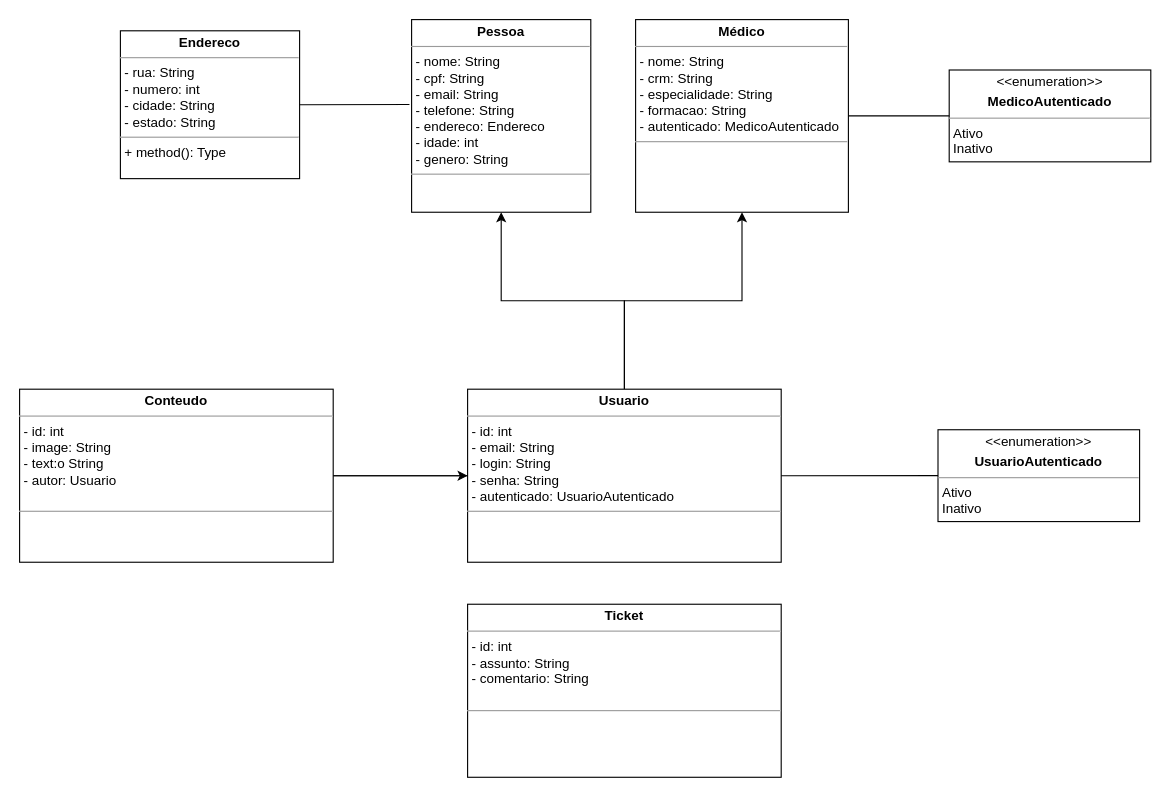
The draw.io diagram DDD/GSClassDiagram.drawio in Santlago/Global-Solution-LifeGuardian, before the edit. Source tidied: cells renumbered, new cells numbered last; positions are measured from the earlier drawing's top-left corner, leaving out a move shared by most shapes. Both pictures are drawn from the tidied source at 112%, with x=0, y=0 at pixel (19, 19).
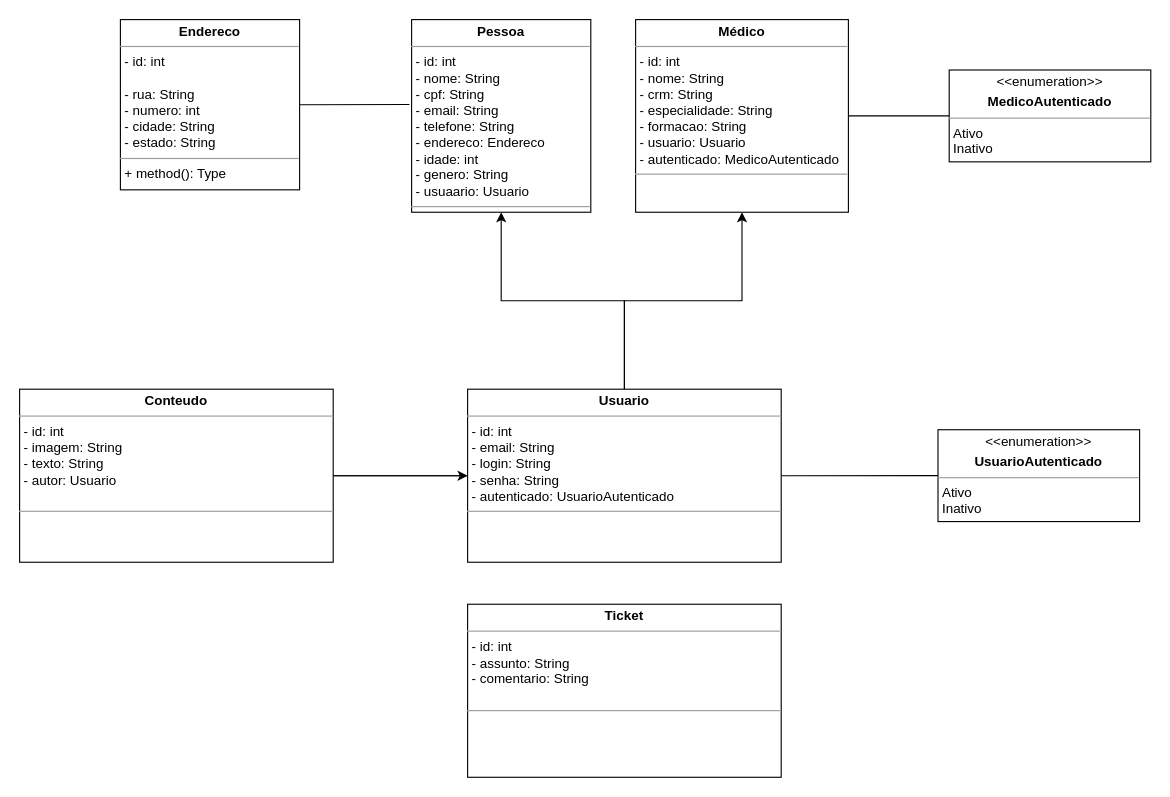
The same page after the edit.

Change to the diagram source:
```diff
@@
 <mxGraphModel>
   <root>
     <mxCell id="0" />
     <mxCell id="1" parent="0" />
     <mxCell id="2" style="edgeStyle=orthogonalEdgeStyle;rounded=0;jettySize=auto;html=1;entryX=0.5;entryY=1;entryDx=0;entryDy=0;" parent="1" edge="1" source="4" target="5">
       <mxGeometry relative="1" as="geometry" />
     </mxCell>
     <mxCell id="3" style="edgeStyle=orthogonalEdgeStyle;rounded=0;jettySize=auto;html=1;entryX=0.5;entryY=1;entryDx=0;entryDy=0;" parent="1" edge="1" source="4" target="8">
       <mxGeometry relative="1" as="geometry" />
     </mxCell>
     <mxCell id="4" value="&lt;p style=&quot;margin:0px;margin-top:4px;text-align:center;&quot;&gt;&lt;b&gt;Usuario&lt;/b&gt;&lt;/p&gt;&lt;hr size=&quot;1&quot;&gt;&lt;p style=&quot;margin:0px;margin-left:4px;&quot;&gt;&lt;span style=&quot;background-color: initial;&quot;&gt;- id: int&lt;/span&gt;&lt;br&gt;&lt;/p&gt;&lt;p style=&quot;margin:0px;margin-left:4px;&quot;&gt;&lt;span style=&quot;background-color: initial;&quot;&gt;- email: String&lt;/span&gt;&lt;/p&gt;&lt;p style=&quot;margin:0px;margin-left:4px;&quot;&gt;- login: String&lt;/p&gt;&lt;p style=&quot;margin:0px;margin-left:4px;&quot;&gt;- senha: String&lt;/p&gt;&lt;p style=&quot;margin:0px;margin-left:4px;&quot;&gt;- autenticado: UsuarioAutenticado&lt;/p&gt;&lt;hr size=&quot;1&quot;&gt;&lt;p style=&quot;margin:0px;margin-left:4px;&quot;&gt;&lt;br&gt;&lt;/p&gt;" style="verticalAlign=top;align=left;overflow=fill;fontSize=12;fontFamily=Helvetica;html=1;whiteSpace=wrap;" parent="1" vertex="1">
       <mxGeometry x="400" y="330" width="280" height="154.5" as="geometry" />
     </mxCell>
-    <mxCell id="5" value="&lt;p style=&quot;margin:0px;margin-top:4px;text-align:center;&quot;&gt;&lt;b&gt;Pessoa&lt;/b&gt;&lt;/p&gt;&lt;hr size=&quot;1&quot;&gt;&lt;p style=&quot;border-color: var(--border-color); margin: 0px 0px 0px 4px;&quot;&gt;- nome: String&lt;/p&gt;&lt;p style=&quot;border-color: var(--border-color); margin: 0px 0px 0px 4px;&quot;&gt;- cpf: String&lt;/p&gt;&lt;p style=&quot;border-color: var(--border-color); margin: 0px 0px 0px 4px;&quot;&gt;- email: String&lt;/p&gt;&lt;p style=&quot;border-color: var(--border-color); margin: 0px 0px 0px 4px;&quot;&gt;- telefone: String&lt;/p&gt;&lt;p style=&quot;border-color: var(--border-color); margin: 0px 0px 0px 4px;&quot;&gt;- endereco: Endereco&lt;/p&gt;&lt;p style=&quot;border-color: var(--border-color); margin: 0px 0px 0px 4px;&quot;&gt;- idade: int&lt;/p&gt;&lt;p style=&quot;border-color: var(--border-color); margin: 0px 0px 0px 4px;&quot;&gt;- genero: String&lt;/p&gt;&lt;hr size=&quot;1&quot;&gt;&lt;p style=&quot;margin:0px;margin-left:4px;&quot;&gt;&lt;br&gt;&lt;/p&gt;" style="verticalAlign=top;align=left;overflow=fill;fontSize=12;fontFamily=Helvetica;html=1;whiteSpace=wrap;" parent="1" vertex="1">
+    <mxCell id="5" value="&lt;p style=&quot;margin:0px;margin-top:4px;text-align:center;&quot;&gt;&lt;b&gt;Pessoa&lt;/b&gt;&lt;/p&gt;&lt;hr size=&quot;1&quot;&gt;&lt;p style=&quot;border-color: var(--border-color); margin: 0px 0px 0px 4px;&quot;&gt;- id: int&lt;/p&gt;&lt;p style=&quot;border-color: var(--border-color); margin: 0px 0px 0px 4px;&quot;&gt;- nome: String&lt;/p&gt;&lt;p style=&quot;border-color: var(--border-color); margin: 0px 0px 0px 4px;&quot;&gt;- cpf: String&lt;/p&gt;&lt;p style=&quot;border-color: var(--border-color); margin: 0px 0px 0px 4px;&quot;&gt;- email: String&lt;/p&gt;&lt;p style=&quot;border-color: var(--border-color); margin: 0px 0px 0px 4px;&quot;&gt;- telefone: String&lt;/p&gt;&lt;p style=&quot;border-color: var(--border-color); margin: 0px 0px 0px 4px;&quot;&gt;- endereco: Endereco&lt;/p&gt;&lt;p style=&quot;border-color: var(--border-color); margin: 0px 0px 0px 4px;&quot;&gt;- idade: int&lt;/p&gt;&lt;p style=&quot;border-color: var(--border-color); margin: 0px 0px 0px 4px;&quot;&gt;- genero: String&lt;/p&gt;&lt;p style=&quot;border-color: var(--border-color); margin: 0px 0px 0px 4px;&quot;&gt;- usuaario: Usuario&lt;/p&gt;&lt;hr size=&quot;1&quot;&gt;&lt;p style=&quot;margin:0px;margin-left:4px;&quot;&gt;&lt;br&gt;&lt;/p&gt;" style="verticalAlign=top;align=left;overflow=fill;fontSize=12;fontFamily=Helvetica;html=1;whiteSpace=wrap;" parent="1" vertex="1">
       <mxGeometry x="350" width="160" height="172" as="geometry" />
     </mxCell>
     <mxCell id="6" style="edgeStyle=orthogonalEdgeStyle;rounded=0;jettySize=auto;html=1;" parent="1" edge="1" source="7" target="4">
       <mxGeometry relative="1" as="geometry" />
     </mxCell>
-    <mxCell id="7" value="&lt;p style=&quot;margin:0px;margin-top:4px;text-align:center;&quot;&gt;&lt;b&gt;Conteudo&lt;/b&gt;&lt;/p&gt;&lt;hr size=&quot;1&quot;&gt;&lt;p style=&quot;margin:0px;margin-left:4px;&quot;&gt;- id: int&lt;/p&gt;&lt;p style=&quot;margin:0px;margin-left:4px;&quot;&gt;- image: String&lt;/p&gt;&lt;p style=&quot;margin:0px;margin-left:4px;&quot;&gt;- text:o String&lt;/p&gt;&lt;p style=&quot;margin:0px;margin-left:4px;&quot;&gt;- autor: Usuario&lt;/p&gt;&lt;p style=&quot;margin:0px;margin-left:4px;&quot;&gt;&lt;br&gt;&lt;/p&gt;&lt;hr size=&quot;1&quot;&gt;&lt;p style=&quot;margin:0px;margin-left:4px;&quot;&gt;&lt;br&gt;&lt;/p&gt;" style="verticalAlign=top;align=left;overflow=fill;fontSize=12;fontFamily=Helvetica;html=1;whiteSpace=wrap;" parent="1" vertex="1">
+    <mxCell id="7" value="&lt;p style=&quot;margin:0px;margin-top:4px;text-align:center;&quot;&gt;&lt;b&gt;Conteudo&lt;/b&gt;&lt;/p&gt;&lt;hr size=&quot;1&quot;&gt;&lt;p style=&quot;margin:0px;margin-left:4px;&quot;&gt;- id: int&lt;/p&gt;&lt;p style=&quot;margin:0px;margin-left:4px;&quot;&gt;- imagem: String&lt;/p&gt;&lt;p style=&quot;margin:0px;margin-left:4px;&quot;&gt;- texto: String&lt;/p&gt;&lt;p style=&quot;margin:0px;margin-left:4px;&quot;&gt;- autor: Usuario&lt;/p&gt;&lt;p style=&quot;margin:0px;margin-left:4px;&quot;&gt;&lt;br&gt;&lt;/p&gt;&lt;hr size=&quot;1&quot;&gt;&lt;p style=&quot;margin:0px;margin-left:4px;&quot;&gt;&lt;br&gt;&lt;/p&gt;" style="verticalAlign=top;align=left;overflow=fill;fontSize=12;fontFamily=Helvetica;html=1;whiteSpace=wrap;" parent="1" vertex="1">
       <mxGeometry y="330" width="280" height="154.5" as="geometry" />
     </mxCell>
-    <mxCell id="8" value="&lt;p style=&quot;margin:0px;margin-top:4px;text-align:center;&quot;&gt;&lt;b&gt;Médico&lt;/b&gt;&lt;/p&gt;&lt;hr size=&quot;1&quot;&gt;&lt;p style=&quot;border-color: var(--border-color); margin: 0px 0px 0px 4px;&quot;&gt;- nome: String&lt;/p&gt;&lt;p style=&quot;border-color: var(--border-color); margin: 0px 0px 0px 4px;&quot;&gt;- crm: String&lt;br&gt;&lt;/p&gt;&lt;p style=&quot;border-color: var(--border-color); margin: 0px 0px 0px 4px;&quot;&gt;- especialidade: String&lt;/p&gt;&lt;p style=&quot;border-color: var(--border-color); margin: 0px 0px 0px 4px;&quot;&gt;- formacao: String&lt;/p&gt;&lt;p style=&quot;border-color: var(--border-color); margin: 0px 0px 0px 4px;&quot;&gt;- autenticado: MedicoAutenticado&lt;/p&gt;&lt;hr size=&quot;1&quot;&gt;&lt;p style=&quot;margin:0px;margin-left:4px;&quot;&gt;&lt;br&gt;&lt;/p&gt;" style="verticalAlign=top;align=left;overflow=fill;fontSize=12;fontFamily=Helvetica;html=1;whiteSpace=wrap;" parent="1" vertex="1">
+    <mxCell id="8" value="&lt;p style=&quot;margin:0px;margin-top:4px;text-align:center;&quot;&gt;&lt;b&gt;Médico&lt;/b&gt;&lt;/p&gt;&lt;hr size=&quot;1&quot;&gt;&lt;p style=&quot;border-color: var(--border-color); margin: 0px 0px 0px 4px;&quot;&gt;- id: int&lt;/p&gt;&lt;p style=&quot;border-color: var(--border-color); margin: 0px 0px 0px 4px;&quot;&gt;- nome: String&lt;/p&gt;&lt;p style=&quot;border-color: var(--border-color); margin: 0px 0px 0px 4px;&quot;&gt;- crm: String&lt;br&gt;&lt;/p&gt;&lt;p style=&quot;border-color: var(--border-color); margin: 0px 0px 0px 4px;&quot;&gt;- especialidade: String&lt;/p&gt;&lt;p style=&quot;border-color: var(--border-color); margin: 0px 0px 0px 4px;&quot;&gt;- formacao: String&lt;/p&gt;&lt;p style=&quot;border-color: var(--border-color); margin: 0px 0px 0px 4px;&quot;&gt;- usuario: Usuario&lt;/p&gt;&lt;p style=&quot;border-color: var(--border-color); margin: 0px 0px 0px 4px;&quot;&gt;- autenticado: MedicoAutenticado&lt;/p&gt;&lt;hr size=&quot;1&quot;&gt;&lt;p style=&quot;margin:0px;margin-left:4px;&quot;&gt;&lt;br&gt;&lt;/p&gt;" style="verticalAlign=top;align=left;overflow=fill;fontSize=12;fontFamily=Helvetica;html=1;whiteSpace=wrap;" parent="1" vertex="1">
       <mxGeometry x="550" width="190" height="172" as="geometry" />
     </mxCell>
-    <mxCell id="9" value="&lt;p style=&quot;margin:0px;margin-top:4px;text-align:center;&quot;&gt;&lt;b&gt;Endereco&lt;/b&gt;&lt;/p&gt;&lt;hr size=&quot;1&quot;&gt;&lt;p style=&quot;margin:0px;margin-left:4px;&quot;&gt;- rua: String&lt;br&gt;&lt;/p&gt;&lt;p style=&quot;margin:0px;margin-left:4px;&quot;&gt;- numero: int&lt;/p&gt;&lt;p style=&quot;margin:0px;margin-left:4px;&quot;&gt;- cidade: String&lt;/p&gt;&lt;p style=&quot;margin:0px;margin-left:4px;&quot;&gt;- estado: String&lt;/p&gt;&lt;hr size=&quot;1&quot;&gt;&lt;p style=&quot;margin:0px;margin-left:4px;&quot;&gt;+ method(): Type&lt;/p&gt;" style="verticalAlign=top;align=left;overflow=fill;fontSize=12;fontFamily=Helvetica;html=1;whiteSpace=wrap;" parent="1" vertex="1">
-      <mxGeometry x="90" y="10" width="160" height="132" as="geometry" />
+    <mxCell id="9" value="&lt;p style=&quot;margin:0px;margin-top:4px;text-align:center;&quot;&gt;&lt;b&gt;Endereco&lt;/b&gt;&lt;/p&gt;&lt;hr size=&quot;1&quot;&gt;&lt;p style=&quot;border-color: var(--border-color); margin: 0px 0px 0px 4px;&quot;&gt;- id: int&lt;/p&gt;&lt;div&gt;&lt;br&gt;&lt;/div&gt;&lt;p style=&quot;margin:0px;margin-left:4px;&quot;&gt;- rua: String&lt;br&gt;&lt;/p&gt;&lt;p style=&quot;margin:0px;margin-left:4px;&quot;&gt;- numero: int&lt;/p&gt;&lt;p style=&quot;margin:0px;margin-left:4px;&quot;&gt;- cidade: String&lt;/p&gt;&lt;p style=&quot;margin:0px;margin-left:4px;&quot;&gt;- estado: String&lt;/p&gt;&lt;hr size=&quot;1&quot;&gt;&lt;p style=&quot;margin:0px;margin-left:4px;&quot;&gt;+ method(): Type&lt;/p&gt;" style="verticalAlign=top;align=left;overflow=fill;fontSize=12;fontFamily=Helvetica;html=1;whiteSpace=wrap;" parent="1" vertex="1">
+      <mxGeometry x="90" width="160" height="152" as="geometry" />
     </mxCell>
     <mxCell id="10" style="endArrow=none;html=1;rounded=0;entryX=1;entryY=0.5;entryDx=0;entryDy=0;exitX=-0.012;exitY=0.441;exitDx=0;exitDy=0;exitPerimeter=0;" parent="1" edge="1" source="5" target="9">
       <mxGeometry relative="1" as="geometry" />
     </mxCell>
     <mxCell id="11" value="&lt;p style=&quot;margin:0px;margin-top:4px;text-align:center;&quot;&gt;&amp;lt;&amp;lt;enumeration&amp;gt;&amp;gt;&lt;/p&gt;&lt;p style=&quot;margin:0px;margin-top:4px;text-align:center;&quot;&gt;&lt;b&gt;MedicoAutenticado&lt;/b&gt;&lt;/p&gt;&lt;hr size=&quot;1&quot;&gt;&lt;p style=&quot;margin:0px;margin-left:4px;&quot;&gt;Ativo&lt;/p&gt;&lt;p style=&quot;margin:0px;margin-left:4px;&quot;&gt;Inativo&lt;/p&gt;" style="verticalAlign=top;align=left;overflow=fill;fontSize=12;fontFamily=Helvetica;html=1;whiteSpace=wrap;" parent="1" vertex="1">
       <mxGeometry x="830" y="45" width="180" height="82" as="geometry" />
     </mxCell>
     <mxCell id="12" value="&lt;p style=&quot;margin:0px;margin-top:4px;text-align:center;&quot;&gt;&amp;lt;&amp;lt;enumeration&amp;gt;&amp;gt;&lt;/p&gt;&lt;p style=&quot;margin:0px;margin-top:4px;text-align:center;&quot;&gt;&lt;b&gt;UsuarioAutenticado&lt;/b&gt;&lt;/p&gt;&lt;hr size=&quot;1&quot;&gt;&lt;p style=&quot;margin:0px;margin-left:4px;&quot;&gt;Ativo&lt;/p&gt;&lt;p style=&quot;margin:0px;margin-left:4px;&quot;&gt;Inativo&lt;/p&gt;" style="verticalAlign=top;align=left;overflow=fill;fontSize=12;fontFamily=Helvetica;html=1;whiteSpace=wrap;" parent="1" vertex="1">
       <mxGeometry x="820" y="366.2" width="180" height="82" as="geometry" />
     </mxCell>
     <mxCell id="13" style="endArrow=none;html=1;rounded=0;entryX=1;entryY=0.5;entryDx=0;entryDy=0;exitX=0;exitY=0.5;exitDx=0;exitDy=0;" parent="1" edge="1" source="4" target="7">
       <mxGeometry relative="1" as="geometry" />
     </mxCell>
     <mxCell id="14" style="endArrow=none;html=1;rounded=0;entryX=1;entryY=0.5;entryDx=0;entryDy=0;exitX=0;exitY=0.5;exitDx=0;exitDy=0;" parent="1" edge="1" source="12" target="4">
       <mxGeometry relative="1" as="geometry" />
     </mxCell>
     <mxCell id="15" style="endArrow=none;html=1;rounded=0;entryX=1;entryY=0.5;entryDx=0;entryDy=0;exitX=0;exitY=0.5;exitDx=0;exitDy=0;" parent="1" edge="1" source="11" target="8">
       <mxGeometry relative="1" as="geometry" />
     </mxCell>
     <mxCell id="16" value="&lt;p style=&quot;margin:0px;margin-top:4px;text-align:center;&quot;&gt;&lt;b&gt;Ticket&lt;/b&gt;&lt;/p&gt;&lt;hr size=&quot;1&quot;&gt;&lt;p style=&quot;margin:0px;margin-left:4px;&quot;&gt;- id: int&lt;/p&gt;&lt;p style=&quot;margin:0px;margin-left:4px;&quot;&gt;- assunto: String&lt;/p&gt;&lt;p style=&quot;margin:0px;margin-left:4px;&quot;&gt;- comentario: String&lt;/p&gt;&lt;p style=&quot;margin:0px;margin-left:4px;&quot;&gt;&lt;br&gt;&lt;/p&gt;&lt;hr size=&quot;1&quot;&gt;&lt;p style=&quot;margin:0px;margin-left:4px;&quot;&gt;&lt;br&gt;&lt;/p&gt;" style="verticalAlign=top;align=left;overflow=fill;fontSize=12;fontFamily=Helvetica;html=1;whiteSpace=wrap;" parent="1" vertex="1">
       <mxGeometry x="400" y="522" width="280" height="154.5" as="geometry" />
     </mxCell>
   </root>
 </mxGraphModel>
```
